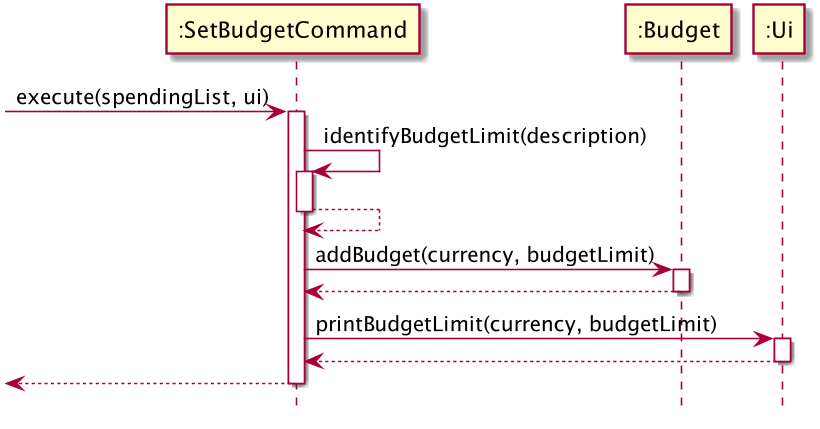
Earlier version of the PlantUML export docs/images/SetBudgetCommand.png (xieyaoyue/tp).
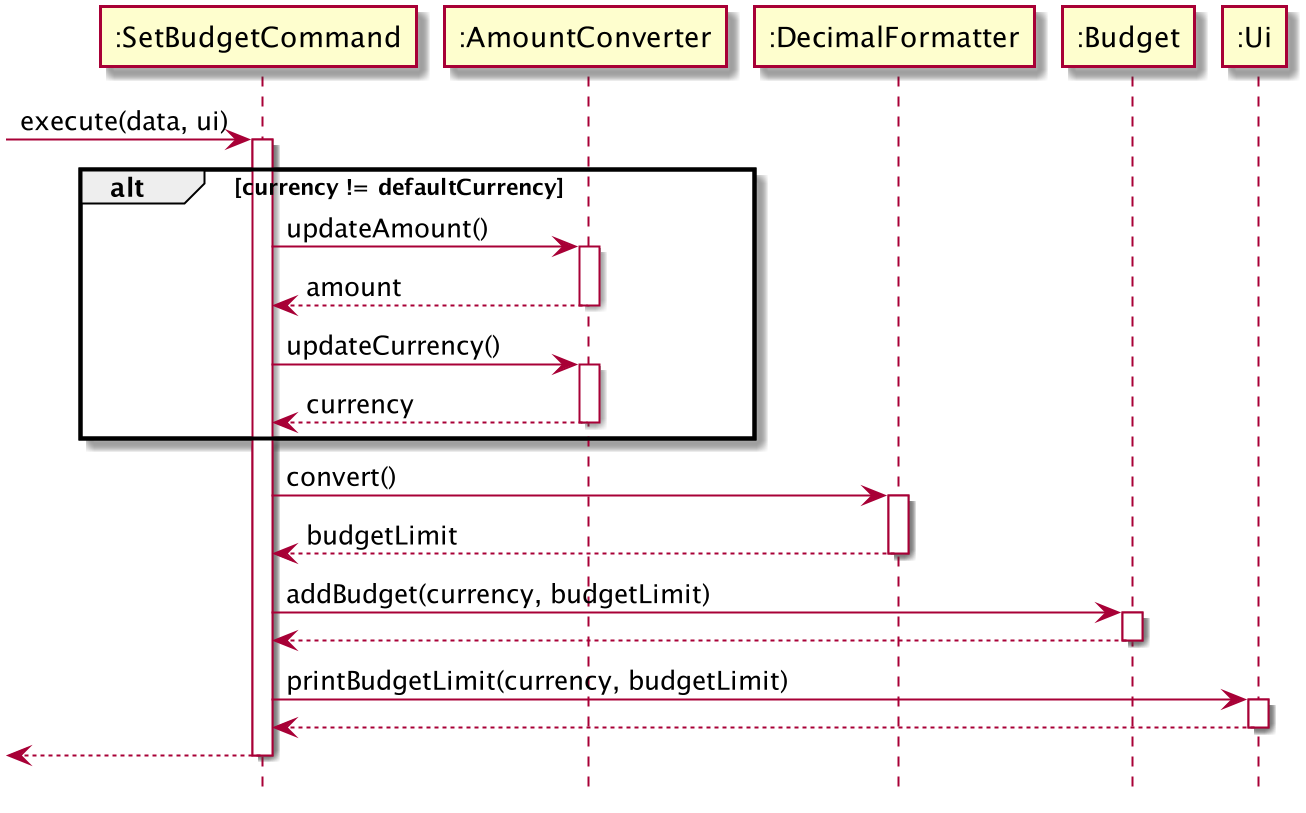
The same file after the commit.

Change to the diagram source:
```diff
@@ -1,11 +1,21 @@
 @startuml
 hide footbox
-->":SetBudgetCommand":execute(spendingList, ui)
+->":SetBudgetCommand":execute(data, ui)
 activate ":SetBudgetCommand"
-":SetBudgetCommand"->":SetBudgetCommand":identifyBudgetLimit(description)
-activate ":SetBudgetCommand"
-":SetBudgetCommand"-->":SetBudgetCommand":
-deactivate ":SetBudgetCommand"
+alt currency != defaultCurrency
+":SetBudgetCommand"->":AmountConverter":updateAmount()
+activate ":AmountConverter"
+":AmountConverter"-->":SetBudgetCommand":amount
+deactivate ":AmountConverter"
+":SetBudgetCommand"->":AmountConverter":updateCurrency()
+activate ":AmountConverter"
+":AmountConverter"-->":SetBudgetCommand":currency
+deactivate ":AmountConverter"
+end
+":SetBudgetCommand"->":DecimalFormatter":convert()
+activate ":DecimalFormatter"
+":DecimalFormatter"-->":SetBudgetCommand":budgetLimit
+deactivate ":DecimalFormatter"
 ":SetBudgetCommand"->":Budget":addBudget(currency, budgetLimit)
 activate ":Budget"
 ":Budget"-->":SetBudgetCommand":
```
